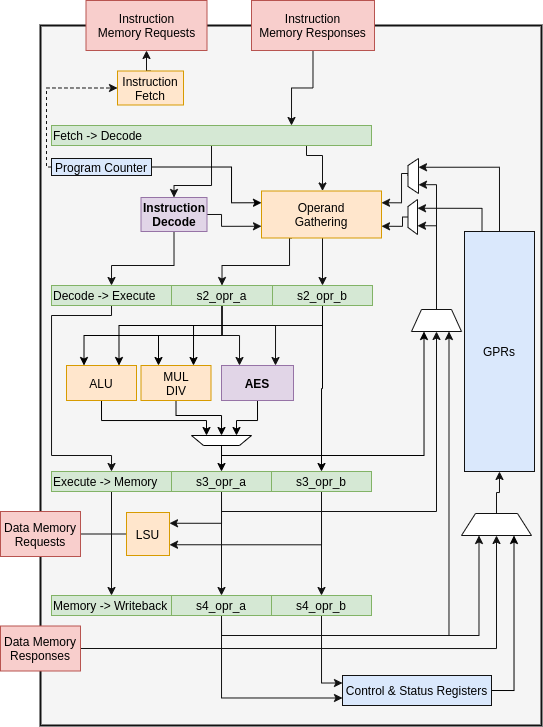
The draw.io diagram doc/diagrams/scarv-cpu-uarch.png in scarv/aes-risc-pipeline, before a commit. Source tidied: cells renumbered, new cells last; positions are measured from the earlier drawing's top-left corner, leaving out a move shared by most shapes.
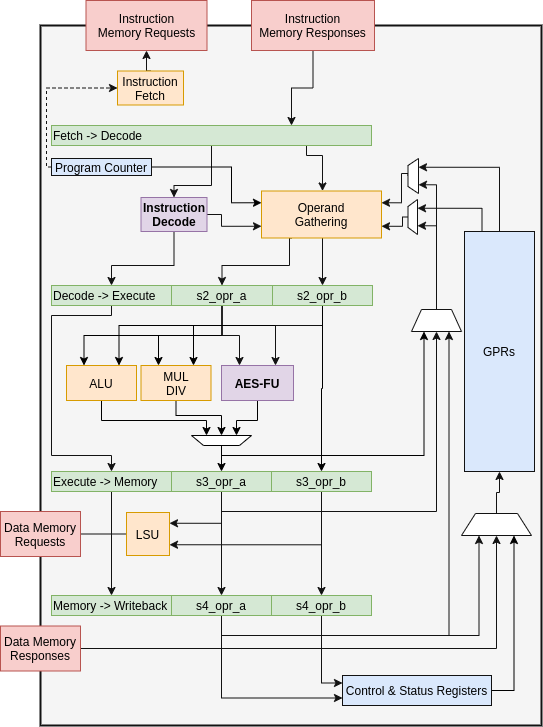
The same file after the commit.

The edit, as a diff of the source:
```diff
@@ -232,7 +232,7 @@
     <mxCell id="55" style="edgeStyle=orthogonalEdgeStyle;rounded=0;jettySize=auto;html=1;exitX=0.5;exitY=1;exitDx=0;exitDy=0;entryX=0.25;entryY=1;entryDx=0;entryDy=0;" parent="1" edge="1" source="56" target="74">
       <mxGeometry relative="1" as="geometry" />
     </mxCell>
-    <mxCell id="56" value="AES" style="rounded=0;whiteSpace=wrap;html=1;fillColor=#e1d5e7;strokeColor=#9673a6;fontStyle=1;" parent="1" vertex="1">
+    <mxCell id="56" value="AES-FU&lt;br&gt;" style="rounded=0;whiteSpace=wrap;html=1;fillColor=#e1d5e7;strokeColor=#9673a6;fontStyle=1;" parent="1" vertex="1">
       <mxGeometry x="221" y="365" width="72" height="35" as="geometry" />
     </mxCell>
     <mxCell id="57" style="edgeStyle=orthogonalEdgeStyle;rounded=0;jettySize=auto;html=1;exitX=0.5;exitY=1;exitDx=0;exitDy=0;entryX=0.5;entryY=1;entryDx=0;entryDy=0;" parent="1" edge="1" source="58" target="74">
```
